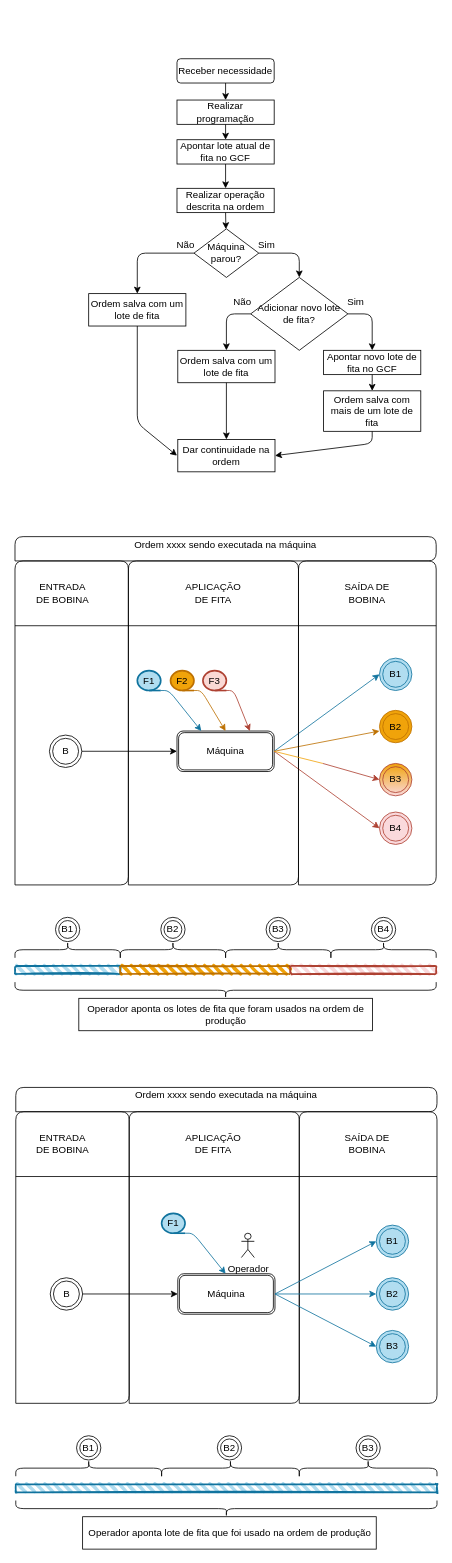
Above: Fita.drawio in zeca-esp/disney.github.io (draw.io), before the change. Source tidied: cells renumbered, new cells numbered last; positions are measured from the earlier drawing's top-left corner, leaving out a move shared by most shapes. Both pictures are drawn from the tidied source at 81%, with x=0, y=0 at pixel (15, 58).
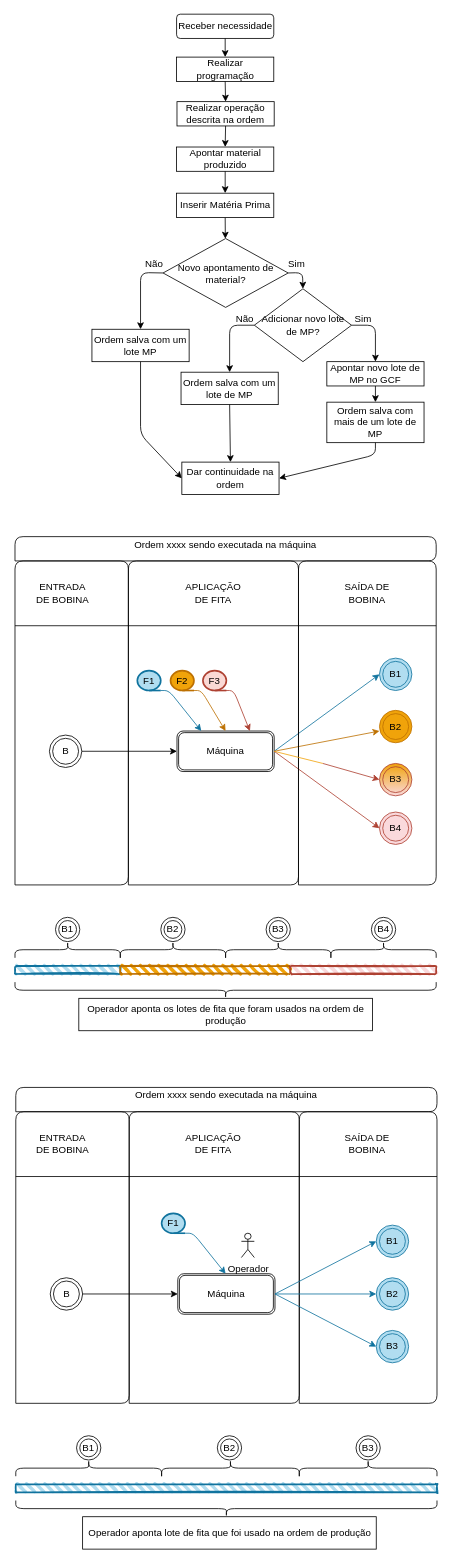
After the change.

The edit, as a diff of the source:
```diff
@@
     <mxCell id="42" value="Receber necessidade" style="rounded=1;whiteSpace=wrap;html=1;" parent="1" vertex="1">
-      <mxGeometry x="200" width="120" height="30" as="geometry" />
+      <mxGeometry x="199.5" y="-55" width="120" height="30" as="geometry" />
     </mxCell>
     <mxCell id="43" value="Realizar programação" style="rounded=0;whiteSpace=wrap;html=1;" parent="1" vertex="1">
-      <mxGeometry x="200" y="51" width="120" height="30" as="geometry" />
+      <mxGeometry x="199.5" y="-2" width="120" height="30" as="geometry" />
     </mxCell>
     <mxCell id="44" value="Realizar operação descrita na ordem" style="rounded=0;whiteSpace=wrap;html=1;" parent="1" vertex="1">
-      <mxGeometry x="200" y="160" width="120" height="30" as="geometry" />
+      <mxGeometry x="200" y="53" width="120" height="30" as="geometry" />
     </mxCell>
@@
-    <mxCell id="46" style="endArrow=classic;html=1;exitX=0.5;exitY=1;exitDx=0;exitDy=0;entryX=0.5;entryY=0;entryDx=0;entryDy=0;" parent="1" edge="1" source="43" target="67">
+    <mxCell id="46" style="endArrow=classic;html=1;exitX=0.5;exitY=1;exitDx=0;exitDy=0;entryX=0.5;entryY=0;entryDx=0;entryDy=0;" parent="1" edge="1" source="43" target="44">
       <mxGeometry relative="1" as="geometry" />
     </mxCell>
-    <mxCell id="47" style="endArrow=classic;html=1;entryX=0.5;entryY=0;entryDx=0;entryDy=0;exitX=0.5;exitY=1;exitDx=0;exitDy=0;" parent="1" edge="1" source="67" target="44">
-      <mxGeometry relative="1" as="geometry" />
-    </mxCell>
-    <mxCell id="48" value="Máquina parou?" style="rhombus;whiteSpace=wrap;html=1;" parent="1" vertex="1">
-      <mxGeometry x="221" y="210" width="80" height="60" as="geometry" />
+    <mxCell id="48" value="Novo apontamento de material?" style="rhombus;whiteSpace=wrap;html=1;" parent="1" vertex="1">
+      <mxGeometry x="182.8" y="222" width="154.5" height="85" as="geometry" />
     </mxCell>
     <mxCell id="49" style="endArrow=classic;html=1;exitX=1;exitY=0.5;exitDx=0;exitDy=0;entryX=0.5;entryY=0;entryDx=0;entryDy=0;" parent="1" edge="1" source="48" target="53">
       <mxGeometry relative="1" as="geometry">
         <Array as="points">
-          <mxPoint x="351" y="240" />
+          <mxPoint x="355" y="264" />
         </Array>
       </mxGeometry>
     </mxCell>
     <mxCell id="50" style="endArrow=classic;html=1;exitX=0;exitY=0.5;exitDx=0;exitDy=0;entryX=0.5;entryY=0;entryDx=0;entryDy=0;" parent="1" edge="1" source="48" target="59">
       <mxGeometry relative="1" as="geometry">
         <Array as="points">
-          <mxPoint x="151" y="240" />
+          <mxPoint x="155" y="264" />
         </Array>
       </mxGeometry>
     </mxCell>
     <mxCell id="51" value="Sim" style="text;html=1;strokeColor=none;fillColor=none;align=center;verticalAlign=middle;whiteSpace=wrap;rounded=0;" parent="1" vertex="1">
-      <mxGeometry x="291" y="220" width="40" height="20" as="geometry" />
+      <mxGeometry x="328" y="244" width="40" height="20" as="geometry" />
     </mxCell>
     <mxCell id="52" value="Não" style="text;html=1;strokeColor=none;fillColor=none;align=center;verticalAlign=middle;whiteSpace=wrap;rounded=0;" parent="1" vertex="1">
-      <mxGeometry x="191" y="220" width="40" height="20" as="geometry" />
+      <mxGeometry x="152" y="244" width="40" height="20" as="geometry" />
     </mxCell>
-    <mxCell id="53" value="Adicionar novo lote de fita?" style="rhombus;whiteSpace=wrap;html=1;" parent="1" vertex="1">
-      <mxGeometry x="291" y="270" width="120" height="90" as="geometry" />
+    <mxCell id="53" value="Adicionar novo lote de MP?" style="rhombus;whiteSpace=wrap;html=1;" parent="1" vertex="1">
+      <mxGeometry x="295.5" y="284" width="120" height="90" as="geometry" />
     </mxCell>
     <mxCell id="54" style="endArrow=classic;html=1;exitX=0;exitY=0.5;exitDx=0;exitDy=0;entryX=0.5;entryY=0;entryDx=0;entryDy=0;" parent="1" edge="1" source="53" target="60">
       <mxGeometry relative="1" as="geometry">
         <Array as="points">
-          <mxPoint x="261" y="315" />
+          <mxPoint x="265" y="329" />
         </Array>
       </mxGeometry>
     </mxCell>
     <mxCell id="55" value="Não" style="text;html=1;strokeColor=none;fillColor=none;align=center;verticalAlign=middle;whiteSpace=wrap;rounded=0;" parent="1" vertex="1">
-      <mxGeometry x="261" y="290" width="40" height="20" as="geometry" />
+      <mxGeometry x="264" y="311" width="40" height="20" as="geometry" />
     </mxCell>
     <mxCell id="56" style="endArrow=classic;html=1;exitX=1;exitY=0.5;exitDx=0;exitDy=0;entryX=0.5;entryY=0;entryDx=0;entryDy=0;" parent="1" edge="1" source="53" target="58">
       <mxGeometry relative="1" as="geometry">
         <Array as="points">
-          <mxPoint x="411" y="315" />
-          <mxPoint x="441" y="315" />
+          <mxPoint x="445" y="329" />
         </Array>
       </mxGeometry>
     </mxCell>
     <mxCell id="57" value="Sim" style="text;html=1;strokeColor=none;fillColor=none;align=center;verticalAlign=middle;whiteSpace=wrap;rounded=0;" parent="1" vertex="1">
-      <mxGeometry x="401" y="290" width="40" height="20" as="geometry" />
+      <mxGeometry x="410" y="311" width="40" height="20" as="geometry" />
     </mxCell>
-    <mxCell id="58" value="Apontar novo lote de fita no GCF" style="rounded=0;whiteSpace=wrap;html=1;" parent="1" vertex="1">
-      <mxGeometry x="381" y="360" width="120" height="30" as="geometry" />
+    <mxCell id="58" value="Apontar novo lote de MP no GCF" style="rounded=0;whiteSpace=wrap;html=1;" parent="1" vertex="1">
+      <mxGeometry x="385" y="374" width="120" height="30" as="geometry" />
     </mxCell>
-    <mxCell id="59" value="Ordem salva com um lote de fita" style="rounded=0;whiteSpace=wrap;html=1;" parent="1" vertex="1">
-      <mxGeometry x="91" y="290" width="120" height="40" as="geometry" />
+    <mxCell id="59" value="Ordem salva com um lote MP" style="rounded=0;whiteSpace=wrap;html=1;" parent="1" vertex="1">
+      <mxGeometry x="95" y="334" width="120" height="40" as="geometry" />
     </mxCell>
-    <mxCell id="60" value="Ordem salva com um lote de fita" style="rounded=0;whiteSpace=wrap;html=1;" parent="1" vertex="1">
-      <mxGeometry x="201" y="360" width="120" height="40" as="geometry" />
+    <mxCell id="60" value="Ordem salva com um lote de MP" style="rounded=0;whiteSpace=wrap;html=1;" parent="1" vertex="1">
+      <mxGeometry x="205" y="387" width="120" height="40" as="geometry" />
     </mxCell>
@@
-    <mxCell id="62" value="Ordem salva com mais de um lote de fita" style="rounded=0;whiteSpace=wrap;html=1;" parent="1" vertex="1">
-      <mxGeometry x="381" y="410" width="120" height="50" as="geometry" />
+    <mxCell id="62" value="Ordem salva com mais de um lote de MP" style="rounded=0;whiteSpace=wrap;html=1;" parent="1" vertex="1">
+      <mxGeometry x="385" y="424" width="120" height="50" as="geometry" />
     </mxCell>
-    <mxCell id="63" style="endArrow=classic;html=1;exitX=0.5;exitY=1;exitDx=0;exitDy=0;" parent="1" edge="1" source="44" target="48">
+    <mxCell id="63" style="endArrow=classic;html=1;exitX=0.5;exitY=1;exitDx=0;exitDy=0;" parent="1" edge="1" source="101" target="48">
       <mxGeometry relative="1" as="geometry" />
     </mxCell>
-    <mxCell id="64" style="endArrow=classic;html=1;exitX=0.5;exitY=1;exitDx=0;exitDy=0;" parent="1" edge="1" source="59">
+    <mxCell id="64" style="endArrow=classic;html=1;exitX=0.5;exitY=1;exitDx=0;exitDy=0;entryX=0;entryY=0.5;entryDx=0;entryDy=0;" parent="1" edge="1" source="59" target="68">
       <mxGeometry relative="1" as="geometry">
-        <mxPoint x="200" y="490" as="targetPoint" />
         <Array as="points">
-          <mxPoint x="151" y="450" />
+          <mxPoint x="155" y="464" />
         </Array>
       </mxGeometry>
     </mxCell>
@@
     <mxCell id="66" style="endArrow=classic;html=1;exitX=0.5;exitY=1;exitDx=0;exitDy=0;entryX=1;entryY=0.5;entryDx=0;entryDy=0;" parent="1" edge="1" source="62" target="68">
       <mxGeometry relative="1" as="geometry">
         <Array as="points">
-          <mxPoint x="441" y="475" />
+          <mxPoint x="445" y="489" />
         </Array>
       </mxGeometry>
     </mxCell>
-    <mxCell id="67" value="Apontar lote atual de fita no GCF" style="rounded=0;whiteSpace=wrap;html=1;" parent="1" vertex="1">
-      <mxGeometry x="200" y="100" width="120" height="30" as="geometry" />
-    </mxCell>
     <mxCell id="68" value="Dar continuidade na ordem" style="rounded=0;whiteSpace=wrap;html=1;" parent="1" vertex="1">
-      <mxGeometry x="201" y="470" width="120" height="40" as="geometry" />
+      <mxGeometry x="206" y="498" width="120" height="40" as="geometry" />
     </mxCell>
@@
+    <mxCell id="99" value="Apontar material produzido" style="rounded=0;whiteSpace=wrap;html=1;" parent="1" vertex="1">
+      <mxGeometry x="199.5" y="109" width="120" height="30" as="geometry" />
+    </mxCell>
+    <mxCell id="100" style="endArrow=classic;html=1;exitX=0.5;exitY=1;exitDx=0;exitDy=0;entryX=0.5;entryY=0;entryDx=0;entryDy=0;" parent="1" edge="1" source="44" target="99">
+      <mxGeometry relative="1" as="geometry" />
+    </mxCell>
+    <mxCell id="101" value="Inserir Matéria Prima" style="rounded=0;whiteSpace=wrap;html=1;" parent="1" vertex="1">
+      <mxGeometry x="199.5" y="166" width="120" height="30" as="geometry" />
+    </mxCell>
+    <mxCell id="102" style="endArrow=classic;html=1;entryX=0.5;entryY=0;entryDx=0;entryDy=0;exitX=0.5;exitY=1;exitDx=0;exitDy=0;" parent="1" edge="1" source="99" target="101">
+      <mxGeometry relative="1" as="geometry" />
+    </mxCell>
```
